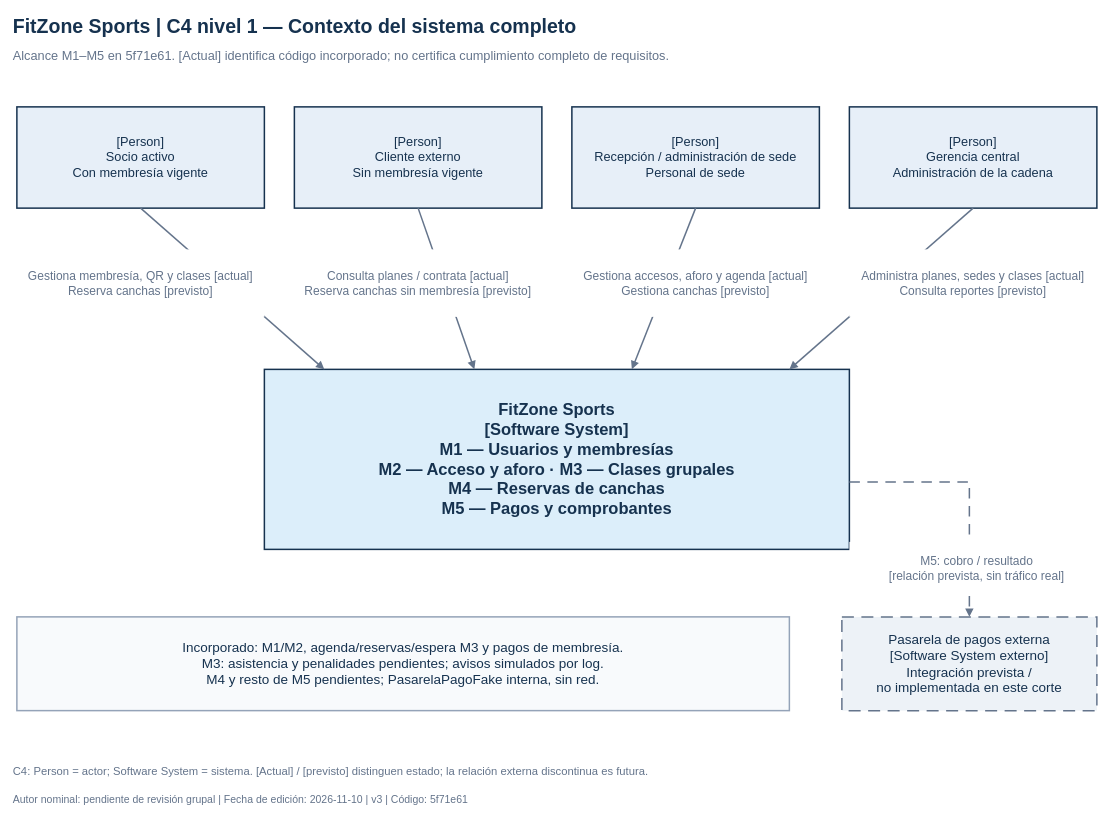
Earlier version of the draw.io diagram docs/diagramas/c4-01-contexto.drawio (magacastell/FitZone_Sports). Source tidied: cells renumbered, new cells numbered last; positions are measured from the earlier drawing's top-left corner, leaving out a move shared by most shapes. Both pictures are drawn from the tidied source at 75%, with x=0, y=0 at pixel (13, 13).
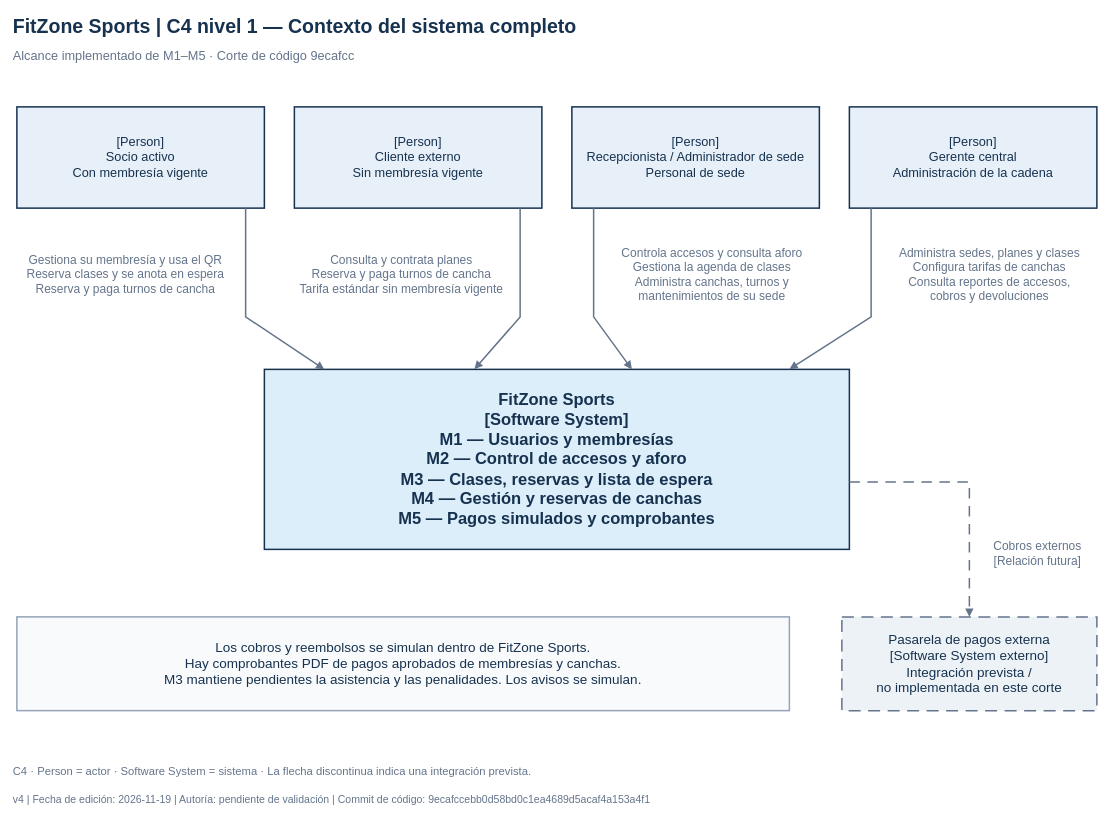
The same diagram, later.

Diff of the diagram source:
```diff
@@
-    <mxCell id="5" value="[Person]&#10;Recepción / administración de sede&#10;Personal de sede" style="rounded=0;whiteSpace=wrap;html=0;fillColor=#e7eff8;strokeColor=#16324f;strokeWidth=2;fontFamily=Arial;fontSize=17;fontColor=#16324f;fontStyle=0;align=center;verticalAlign=middle;spacing=0;" parent="1" vertex="1">
+    <mxCell id="5" value="[Person]&#10;Recepcionista / Administrador de sede&#10;Personal de sede" style="rounded=0;whiteSpace=wrap;html=0;fillColor=#e7eff8;strokeColor=#16324f;strokeWidth=2;fontFamily=Arial;fontSize=17;fontColor=#16324f;fontStyle=0;align=center;verticalAlign=middle;spacing=0;" parent="1" vertex="1">
       <mxGeometry x="745" y="125" width="330" height="135" as="geometry" />
     </mxCell>
-    <mxCell id="6" value="[Person]&#10;Gerencia central&#10;Administración de la cadena" style="rounded=0;whiteSpace=wrap;html=0;fillColor=#e7eff8;strokeColor=#16324f;strokeWidth=2;fontFamily=Arial;fontSize=17;fontColor=#16324f;fontStyle=0;align=center;verticalAlign=middle;spacing=0;" parent="1" vertex="1">
+    <mxCell id="6" value="[Person]&#10;Gerente central&#10;Administración de la cadena" style="rounded=0;whiteSpace=wrap;html=0;fillColor=#e7eff8;strokeColor=#16324f;strokeWidth=2;fontFamily=Arial;fontSize=17;fontColor=#16324f;fontStyle=0;align=center;verticalAlign=middle;spacing=0;" parent="1" vertex="1">
       <mxGeometry x="1115" y="125" width="330" height="135" as="geometry" />
     </mxCell>
-    <mxCell id="7" value="FitZone Sports&#10;[Software System]&#10;M1 — Usuarios y membresías&#10;M2 — Acceso y aforo · M3 — Clases grupales&#10;M4 — Reservas de canchas&#10;M5 — Pagos y comprobantes" style="rounded=0;whiteSpace=wrap;html=0;fillColor=#dceefa;strokeColor=#16324f;strokeWidth=2;fontFamily=Arial;fontSize=22;fontColor=#16324f;fontStyle=1;align=center;verticalAlign=middle;spacing=0;" parent="1" vertex="1">
+    <mxCell id="7" value="FitZone Sports&#10;[Software System]&#10;M1 — Usuarios y membresías&#10;M2 — Control de accesos y aforo&#10;M3 — Clases, reservas y lista de espera&#10;M4 — Gestión y reservas de canchas&#10;M5 — Pagos simulados y comprobantes" style="rounded=0;whiteSpace=wrap;html=0;fillColor=#dceefa;strokeColor=#16324f;strokeWidth=2;fontFamily=Arial;fontSize=22;fontColor=#16324f;fontStyle=1;align=center;verticalAlign=middle;spacing=0;" parent="1" vertex="1">
       <mxGeometry x="335" y="475" width="780" height="240" as="geometry" />
     </mxCell>
-    <mxCell id="8" value="Incorporado: M1/M2, agenda/reservas/espera M3 y pagos de membresía.&#10;M3: asistencia y penalidades pendientes; avisos simulados por log.&#10;M4 y resto de M5 pendientes; PasarelaPagoFake interna, sin red." style="rounded=0;whiteSpace=wrap;html=0;fillColor=#f8fafc;strokeColor=#94a3b8;strokeWidth=2;fontFamily=Arial;fontSize=18;fontColor=#16324f;fontStyle=0;align=center;verticalAlign=middle;spacing=0;" parent="1" vertex="1">
+    <mxCell id="8" value="Los cobros y reembolsos se simulan dentro de FitZone Sports.&#10;Hay comprobantes PDF de pagos aprobados de membresías y canchas.&#10;M3 mantiene pendientes la asistencia y las penalidades. Los avisos se simulan." style="rounded=0;whiteSpace=wrap;html=0;fillColor=#f8fafc;strokeColor=#94a3b8;strokeWidth=2;fontFamily=Arial;fontSize=18;fontColor=#16324f;fontStyle=0;align=center;verticalAlign=middle;spacing=0;" parent="1" vertex="1">
       <mxGeometry x="5" y="805" width="1030" height="125" as="geometry" />
     </mxCell>
     <mxCell id="9" style="edgeStyle=none;rounded=0;html=0;strokeWidth=2;strokeColor=#64748b;endArrow=block;endFill=1;" parent="1" edge="1">
       <mxGeometry relative="1" as="geometry">
-        <mxPoint x="170" y="260" as="sourcePoint" />
+        <mxPoint x="310" y="260" as="sourcePoint" />
         <mxPoint x="415" y="475" as="targetPoint" />
+        <Array as="points">
+          <mxPoint x="310" y="405" />
+        </Array>
       </mxGeometry>
     </mxCell>
     <mxCell id="10" style="edgeStyle=none;rounded=0;html=0;strokeWidth=2;strokeColor=#64748b;endArrow=block;endFill=1;" parent="1" edge="1">
       <mxGeometry relative="1" as="geometry">
-        <mxPoint x="540" y="260" as="sourcePoint" />
+        <mxPoint x="676" y="260" as="sourcePoint" />
         <mxPoint x="615" y="475" as="targetPoint" />
+        <Array as="points">
+          <mxPoint x="676" y="405" />
+        </Array>
       </mxGeometry>
     </mxCell>
     <mxCell id="11" style="edgeStyle=none;rounded=0;html=0;strokeWidth=2;strokeColor=#64748b;endArrow=block;endFill=1;" parent="1" edge="1">
       <mxGeometry relative="1" as="geometry">
-        <mxPoint x="910" y="260" as="sourcePoint" />
+        <mxPoint x="774" y="260" as="sourcePoint" />
         <mxPoint x="825" y="475" as="targetPoint" />
+        <Array as="points">
+          <mxPoint x="774" y="405" />
+        </Array>
       </mxGeometry>
     </mxCell>
     <mxCell id="12" style="edgeStyle=none;rounded=0;html=0;strokeWidth=2;strokeColor=#64748b;endArrow=block;endFill=1;" parent="1" edge="1">
       <mxGeometry relative="1" as="geometry">
-        <mxPoint x="1280" y="260" as="sourcePoint" />
+        <mxPoint x="1144" y="260" as="sourcePoint" />
         <mxPoint x="1035" y="475" as="targetPoint" />
+        <Array as="points">
+          <mxPoint x="1144" y="405" />
+        </Array>
       </mxGeometry>
     </mxCell>
@@
-    <mxCell id="15" value="Alcance M1–M5 en 5f71e61. [Actual] identifica código incorporado; no certifica cumplimiento completo de requisitos." style="text;html=0;whiteSpace=wrap;align=left;verticalAlign=middle;spacing=0;fontFamily=Arial;fontSize=17;fontColor=#64748b;fontStyle=0;fillColor=none;strokeColor=none;" parent="1" vertex="1">
+    <mxCell id="15" value="Alcance implementado de M1–M5 · Corte de código 9ecafcc" style="text;html=0;whiteSpace=wrap;align=left;verticalAlign=middle;spacing=0;fontFamily=Arial;fontSize=17;fontColor=#64748b;fontStyle=0;fillColor=none;strokeColor=none;" parent="1" vertex="1">
       <mxGeometry y="40" width="1450" height="35" as="geometry" />
     </mxCell>
-    <mxCell id="16" value="Gestiona membresía, QR y clases [actual]&#10;Reserva canchas [previsto]" style="text;html=0;whiteSpace=wrap;align=center;verticalAlign=middle;spacing=0;fontFamily=Arial;fontSize=16;fontColor=#64748b;fontStyle=0;fillColor=white;strokeColor=none;" parent="1" vertex="1">
-      <mxGeometry x="5" y="315" width="330" height="90" as="geometry" />
+    <mxCell id="16" value="Gestiona su membresía y usa el QR&#10;Reserva clases y se anota en espera&#10;Reserva y paga turnos de cancha" style="text;html=0;whiteSpace=wrap;align=center;verticalAlign=middle;spacing=0;fontFamily=Arial;fontSize=16;fontColor=#64748b;fontStyle=0;fillColor=none;strokeColor=none;" parent="1" vertex="1">
+      <mxGeometry x="5" y="302" width="290" height="92" as="geometry" />
     </mxCell>
-    <mxCell id="17" value="Consulta planes / contrata [actual]&#10;Reserva canchas sin membresía [previsto]" style="text;html=0;whiteSpace=wrap;align=center;verticalAlign=middle;spacing=0;fontFamily=Arial;fontSize=16;fontColor=#64748b;fontStyle=0;fillColor=white;strokeColor=none;" parent="1" vertex="1">
-      <mxGeometry x="375" y="315" width="330" height="90" as="geometry" />
+    <mxCell id="17" value="Consulta y contrata planes&#10;Reserva y paga turnos de cancha&#10;Tarifa estándar sin membresía vigente" style="text;html=0;whiteSpace=wrap;align=center;verticalAlign=middle;spacing=0;fontFamily=Arial;fontSize=16;fontColor=#64748b;fontStyle=0;fillColor=none;strokeColor=none;" parent="1" vertex="1">
+      <mxGeometry x="375" y="302" width="286" height="92" as="geometry" />
     </mxCell>
-    <mxCell id="18" value="Gestiona accesos, aforo y agenda [actual]&#10;Gestiona canchas [previsto]" style="text;html=0;whiteSpace=wrap;align=center;verticalAlign=middle;spacing=0;fontFamily=Arial;fontSize=16;fontColor=#64748b;fontStyle=0;fillColor=white;strokeColor=none;" parent="1" vertex="1">
-      <mxGeometry x="745" y="315" width="330" height="90" as="geometry" />
+    <mxCell id="18" value="Controla accesos y consulta aforo&#10;Gestiona la agenda de clases&#10;Administra canchas, turnos y&#10;mantenimientos de su sede" style="text;html=0;whiteSpace=wrap;align=center;verticalAlign=middle;spacing=0;fontFamily=Arial;fontSize=16;fontColor=#64748b;fontStyle=0;fillColor=none;strokeColor=none;" parent="1" vertex="1">
+      <mxGeometry x="789" y="302" width="286" height="92" as="geometry" />
     </mxCell>
-    <mxCell id="19" value="Administra planes, sedes y clases [actual]&#10;Consulta reportes [previsto]" style="text;html=0;whiteSpace=wrap;align=center;verticalAlign=middle;spacing=0;fontFamily=Arial;fontSize=16;fontColor=#64748b;fontStyle=0;fillColor=white;strokeColor=none;" parent="1" vertex="1">
-      <mxGeometry x="1115" y="315" width="330" height="90" as="geometry" />
+    <mxCell id="19" value="Administra sedes, planes y clases&#10;Configura tarifas de canchas&#10;Consulta reportes de accesos,&#10;cobros y devoluciones" style="text;html=0;whiteSpace=wrap;align=center;verticalAlign=middle;spacing=0;fontFamily=Arial;fontSize=16;fontColor=#64748b;fontStyle=0;fillColor=none;strokeColor=none;" parent="1" vertex="1">
+      <mxGeometry x="1159" y="302" width="286" height="92" as="geometry" />
     </mxCell>
-    <mxCell id="20" value="M5: cobro / resultado&#10;[relación prevista, sin tráfico real]" style="text;html=0;whiteSpace=wrap;align=center;verticalAlign=middle;spacing=0;fontFamily=Arial;fontSize=16;fontColor=#64748b;fontStyle=0;fillColor=white;strokeColor=none;" parent="1" vertex="1">
-      <mxGeometry x="1115" y="705" width="340" height="70" as="geometry" />
+    <mxCell id="20" value="Cobros externos&#10;[Relación futura]" style="text;html=0;whiteSpace=wrap;align=center;verticalAlign=middle;spacing=0;fontFamily=Arial;fontSize=16;fontColor=#64748b;fontStyle=0;fillColor=none;strokeColor=none;" parent="1" vertex="1">
+      <mxGeometry x="1291" y="692" width="150" height="56" as="geometry" />
     </mxCell>
-    <mxCell id="21" value="C4: Person = actor; Software System = sistema. [Actual] / [previsto] distinguen estado; la relación externa discontinua es futura." style="text;html=0;whiteSpace=wrap;align=left;verticalAlign=middle;spacing=0;fontFamily=Arial;fontSize=15;fontColor=#64748b;fontStyle=0;fillColor=none;strokeColor=none;" parent="1" vertex="1">
+    <mxCell id="21" value="C4 · Person = actor · Software System = sistema · La flecha discontinua indica una integración prevista." style="text;html=0;whiteSpace=wrap;align=left;verticalAlign=middle;spacing=0;fontFamily=Arial;fontSize=15;fontColor=#64748b;fontStyle=0;fillColor=none;strokeColor=none;" parent="1" vertex="1">
       <mxGeometry y="994" width="1450" height="32" as="geometry" />
     </mxCell>
-    <mxCell id="22" value="Autor nominal: pendiente de revisión grupal | Fecha de edición: 2026-11-10 | v3 | Código: 5f71e61" style="text;html=0;whiteSpace=wrap;align=left;verticalAlign=middle;spacing=0;fontFamily=Arial;fontSize=14;fontColor=#64748b;fontStyle=0;fillColor=none;strokeColor=none;" parent="1" vertex="1">
+    <mxCell id="22" value="v4 | Fecha de edición: 2026-11-19 | Autoría: pendiente de validación | Commit de código: 9ecafccebb0d58bd0c1ea4689d5acaf4a153a4f1" style="text;html=0;whiteSpace=wrap;align=left;verticalAlign=middle;spacing=0;fontFamily=Arial;fontSize=14;fontColor=#64748b;fontStyle=0;fillColor=none;strokeColor=none;" parent="1" vertex="1">
       <mxGeometry y="1033" width="1450" height="30" as="geometry" />
     </mxCell>
```
